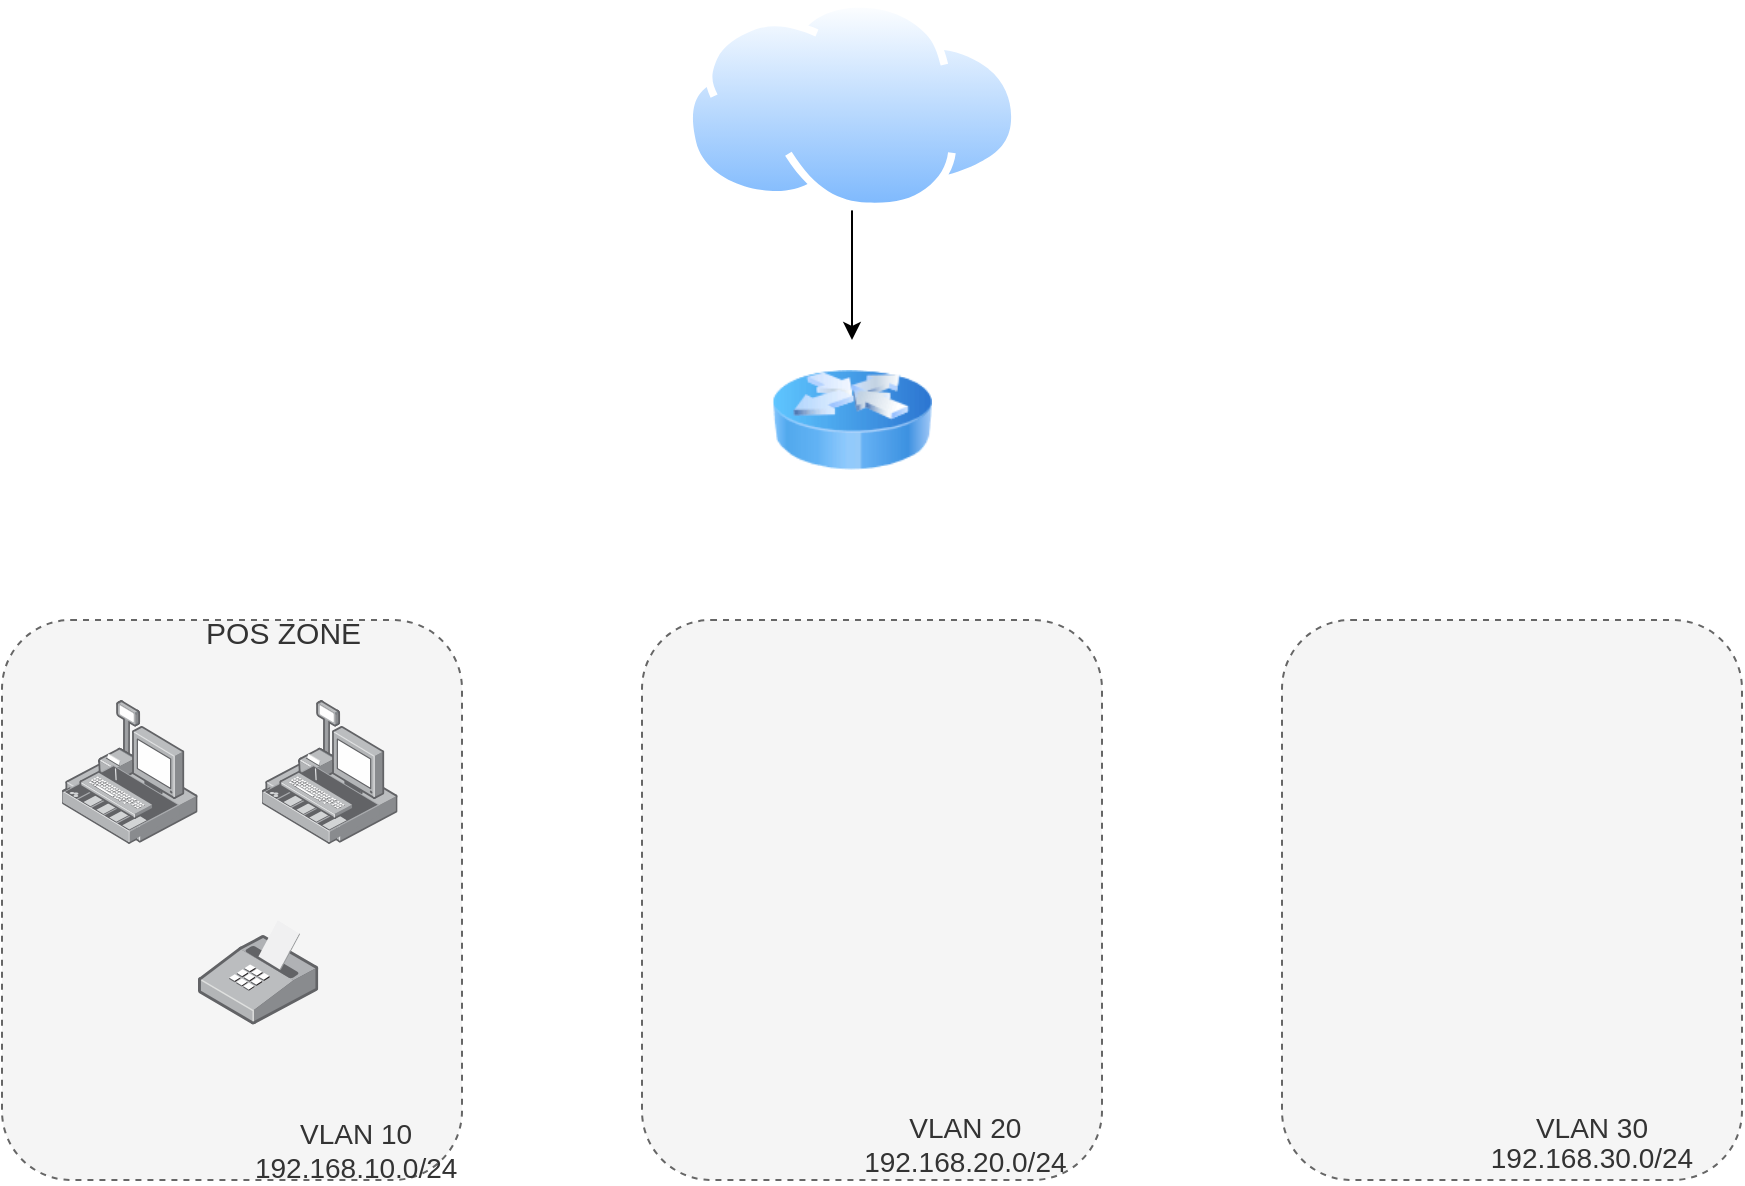
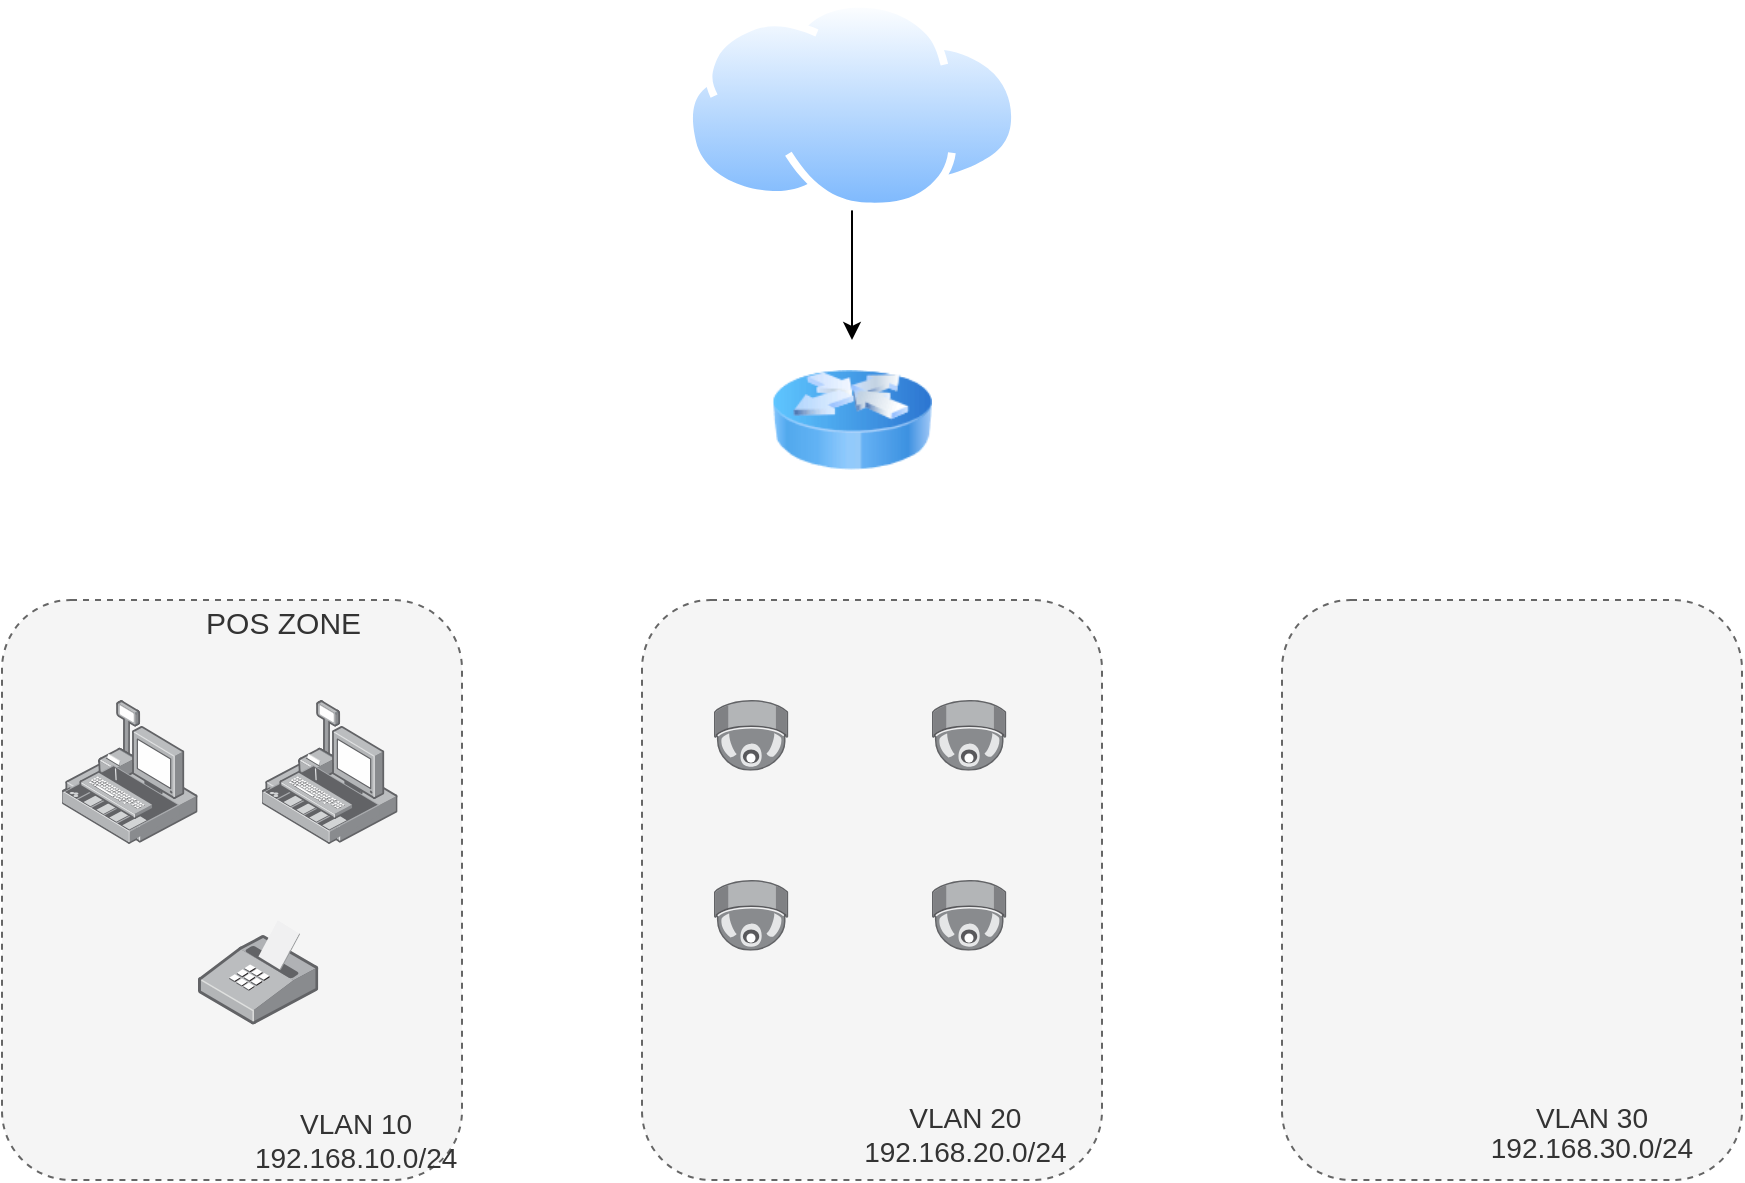
<mxfile host="app.diagrams.net">
  <diagram name="Trang-1" id="-QvKHvVX4tWdF-sznae-">
    <mxGraphModel dx="1012" dy="601" grid="1" gridSize="10" guides="1" tooltips="1" connect="1" arrows="1" fold="1" page="1" pageScale="1" pageWidth="827" pageHeight="1169" math="0" shadow="0">
      <root>
        <mxCell id="0" />
        <mxCell id="1" parent="0" />
        <mxCell id="tlgCcKQl9_W-pkazaHYF-1" parent="1" style="rounded=1;whiteSpace=wrap;html=1;dashed=1;fillColor=#f5f5f5;strokeColor=#666666;fontColor=#333333;align=left;" value="&lt;div&gt;&lt;font style=&quot;font-size: 15px;&quot;&gt;&lt;span style=&quot;white-space: pre;&quot;&gt;&#x9;&lt;/span&gt;&lt;span style=&quot;white-space: pre;&quot;&gt;&#x9;&lt;/span&gt;&lt;span style=&quot;white-space: pre;&quot;&gt;&#x9;&lt;/span&gt;POS ZONE&lt;br&gt;&lt;/font&gt;&lt;/div&gt;&lt;div&gt;&lt;font style=&quot;font-size: 14px;&quot;&gt;&lt;br&gt;&lt;/font&gt;&lt;/div&gt;&lt;div&gt;&lt;font style=&quot;font-size: 14px;&quot;&gt;&lt;br&gt;&lt;/font&gt;&lt;/div&gt;&lt;div style=&quot;text-align: center;&quot;&gt;&lt;font style=&quot;font-size: 14px;&quot;&gt;&lt;br&gt;&lt;/font&gt;&lt;/div&gt;&lt;div style=&quot;text-align: center;&quot;&gt;&lt;font style=&quot;font-size: 14px;&quot;&gt;&lt;br&gt;&lt;/font&gt;&lt;/div&gt;&lt;div style=&quot;text-align: center;&quot;&gt;&lt;font style=&quot;font-size: 14px;&quot;&gt;&lt;br&gt;&lt;/font&gt;&lt;/div&gt;&lt;div style=&quot;text-align: center;&quot;&gt;&lt;font style=&quot;font-size: 14px;&quot;&gt;&lt;br&gt;&lt;/font&gt;&lt;/div&gt;&lt;div style=&quot;text-align: center;&quot;&gt;&lt;font style=&quot;font-size: 14px;&quot;&gt;&lt;br&gt;&lt;/font&gt;&lt;/div&gt;&lt;div style=&quot;text-align: center;&quot;&gt;&lt;br&gt;&lt;/div&gt;&lt;div style=&quot;text-align: center;&quot;&gt;&lt;font style=&quot;font-size: 14px;&quot;&gt;&lt;br&gt;&lt;/font&gt;&lt;/div&gt;&lt;div style=&quot;text-align: center;&quot;&gt;&lt;font style=&quot;font-size: 14px;&quot;&gt;&lt;br&gt;&lt;/font&gt;&lt;/div&gt;&lt;div&gt;&lt;div style=&quot;text-align: center;&quot;&gt;&lt;span style=&quot;font-size: 14px; background-color: transparent; color: light-dark(rgb(51, 51, 51), rgb(193, 193, 193));&quot;&gt;&amp;nbsp; &amp;nbsp; &amp;nbsp; &amp;nbsp; &amp;nbsp; &amp;nbsp; &amp;nbsp; &amp;nbsp; &amp;nbsp; &amp;nbsp; &amp;nbsp; &amp;nbsp; &amp;nbsp; &amp;nbsp; &amp;nbsp; &amp;nbsp;&amp;nbsp;&lt;/span&gt;&lt;/div&gt;&lt;div style=&quot;text-align: center;&quot;&gt;&lt;span style=&quot;font-size: 14px; background-color: transparent; color: light-dark(rgb(51, 51, 51), rgb(193, 193, 193));&quot;&gt;&lt;br&gt;&lt;/span&gt;&lt;/div&gt;&lt;div style=&quot;text-align: center;&quot;&gt;&lt;span style=&quot;font-size: 14px; background-color: transparent; color: light-dark(rgb(51, 51, 51), rgb(193, 193, 193));&quot;&gt;&lt;br&gt;&lt;/span&gt;&lt;/div&gt;&lt;div style=&quot;text-align: center;&quot;&gt;&lt;span style=&quot;font-size: 14px; background-color: transparent; color: light-dark(rgb(51, 51, 51), rgb(193, 193, 193));&quot;&gt;&lt;br&gt;&lt;/span&gt;&lt;/div&gt;&lt;div style=&quot;text-align: center;&quot;&gt;&lt;span style=&quot;font-size: 14px; background-color: transparent; color: light-dark(rgb(51, 51, 51), rgb(193, 193, 193));&quot;&gt;&lt;span style=&quot;white-space: pre;&quot;&gt;&#x9;&lt;/span&gt;&lt;span style=&quot;white-space: pre;&quot;&gt;&#x9;&lt;/span&gt;&lt;span style=&quot;white-space: pre;&quot;&gt;&#x9;&lt;/span&gt;&lt;span style=&quot;white-space: pre;&quot;&gt;&#x9;&lt;/span&gt;VLAN 10&lt;/span&gt;&lt;/div&gt;&lt;div style=&quot;text-align: center;&quot;&gt;&lt;font style=&quot;font-size: 14px;&quot;&gt;&lt;span style=&quot;white-space: pre;&quot;&gt;&#x9;&lt;/span&gt;&lt;span style=&quot;white-space: pre;&quot;&gt;&#x9;&lt;/span&gt;&lt;span style=&quot;white-space: pre;&quot;&gt;&#x9;&lt;/span&gt;&lt;span style=&quot;white-space: pre;&quot;&gt;&#x9;&lt;/span&gt;192.168.10.0/24&lt;/font&gt;&lt;/div&gt;&lt;/div&gt;" vertex="1">
-           <mxGeometry height="280" width="230" x="20" y="320" as="geometry" />
+           <mxGeometry height="290" width="230" x="20" y="310" as="geometry" />
        </mxCell>
        <mxCell id="tlgCcKQl9_W-pkazaHYF-5" edge="1" parent="1" source="6glJgjmVUURO1JKE-K0C-2" style="edgeStyle=orthogonalEdgeStyle;rounded=0;orthogonalLoop=1;jettySize=auto;html=1;" target="tlgCcKQl9_W-pkazaHYF-2" value="">
          <mxGeometry relative="1" as="geometry" />
        </mxCell>
        <mxCell id="6glJgjmVUURO1JKE-K0C-2" parent="1" style="image;aspect=fixed;perimeter=ellipsePerimeter;html=1;align=center;shadow=0;dashed=0;spacingTop=3;image=img/lib/active_directory/internet_cloud.svg;" value="" vertex="1">
          <mxGeometry height="105.2" width="166.99" x="361.51" y="10" as="geometry" />
        </mxCell>
        <mxCell id="tlgCcKQl9_W-pkazaHYF-2" parent="1" style="image;html=1;image=img/lib/clip_art/networking/Router_Icon_128x128.png;labelBackgroundColor=#f8cecc;labelBorderColor=#b85450;" value="" vertex="1">
          <mxGeometry height="80" width="80" x="405" y="180" as="geometry" />
        </mxCell>
        <mxCell id="tlgCcKQl9_W-pkazaHYF-6" parent="1" style="rounded=1;whiteSpace=wrap;html=1;dashed=1;fillColor=#f5f5f5;strokeColor=#666666;fontColor=#333333;" value="&lt;div&gt;&lt;br&gt;&lt;/div&gt;&lt;div&gt;&lt;br&gt;&lt;/div&gt;&lt;div&gt;&lt;br&gt;&lt;/div&gt;&lt;div&gt;&lt;br&gt;&lt;/div&gt;&lt;div&gt;&lt;br&gt;&lt;/div&gt;&lt;div&gt;&lt;br&gt;&lt;/div&gt;&lt;div&gt;&lt;br&gt;&lt;/div&gt;&lt;div&gt;&lt;br&gt;&lt;/div&gt;&lt;div&gt;&lt;br&gt;&lt;/div&gt;&lt;div&gt;&lt;br&gt;&lt;/div&gt;&lt;div&gt;&lt;br&gt;&lt;/div&gt;&lt;div&gt;&lt;br&gt;&lt;/div&gt;&lt;div&gt;&lt;br&gt;&lt;/div&gt;&lt;div&gt;&lt;br&gt;&lt;/div&gt;&lt;div&gt;&lt;br&gt;&lt;/div&gt;&lt;div&gt;&lt;br&gt;&lt;/div&gt;&lt;div&gt;&lt;br&gt;&lt;/div&gt;&lt;div&gt;&lt;span style=&quot;font-size: 14px; background-color: transparent; color: light-dark(rgb(51, 51, 51), rgb(193, 193, 193));&quot;&gt;&lt;span style=&quot;white-space: pre;&quot;&gt;&#x9;&lt;/span&gt;&lt;span style=&quot;white-space: pre;&quot;&gt;&#x9;&lt;/span&gt;&lt;span style=&quot;white-space: pre;&quot;&gt;&#x9;&lt;/span&gt;VLAN 20&lt;/span&gt;&lt;/div&gt;&lt;div&gt;&lt;/div&gt;&lt;div&gt;&lt;font style=&quot;font-size: 14px;&quot;&gt;&lt;span style=&quot;white-space: pre;&quot;&gt;&#x9;&lt;/span&gt;&lt;span style=&quot;white-space: pre;&quot;&gt;&#x9;&lt;/span&gt;&lt;span style=&quot;white-space: pre;&quot;&gt;&#x9;&lt;/span&gt;192.168.20.0/24&lt;/font&gt;&lt;/div&gt;" vertex="1">
-           <mxGeometry height="280" width="230" x="340" y="320" as="geometry" />
+           <mxGeometry height="290" width="230" x="340" y="310" as="geometry" />
        </mxCell>
        <mxCell id="tlgCcKQl9_W-pkazaHYF-7" parent="1" style="rounded=1;whiteSpace=wrap;html=1;dashed=1;fillColor=#f5f5f5;strokeColor=#666666;fontColor=#333333;" value="&lt;blockquote style=&quot;margin: 0px 0px 0px 40px; border-width: medium; border-style: none; border-color: currentcolor; border-image: initial; padding: 0px; line-height: 110%;&quot;&gt;&lt;blockquote style=&quot;margin: 0px 0px 0px 40px; border-width: medium; border-style: none; border-color: currentcolor; border-image: initial; padding: 0px;&quot;&gt;&lt;font style=&quot;font-size: 14px;&quot;&gt;&lt;br&gt;&lt;/font&gt;&lt;/blockquote&gt;&lt;blockquote style=&quot;margin: 0px 0px 0px 40px; border-width: medium; border-style: none; border-color: currentcolor; border-image: initial; padding: 0px;&quot;&gt;&lt;font style=&quot;font-size: 14px;&quot;&gt;&lt;br&gt;&lt;/font&gt;&lt;/blockquote&gt;&lt;blockquote style=&quot;margin: 0px 0px 0px 40px; border-width: medium; border-style: none; border-color: currentcolor; border-image: initial; padding: 0px;&quot;&gt;&lt;font style=&quot;font-size: 14px;&quot;&gt;&lt;br&gt;&lt;/font&gt;&lt;/blockquote&gt;&lt;blockquote style=&quot;margin: 0px 0px 0px 40px; border-width: medium; border-style: none; border-color: currentcolor; border-image: initial; padding: 0px;&quot;&gt;&lt;font style=&quot;font-size: 14px;&quot;&gt;&lt;br&gt;&lt;/font&gt;&lt;/blockquote&gt;&lt;blockquote style=&quot;margin: 0px 0px 0px 40px; border-width: medium; border-style: none; border-color: currentcolor; border-image: initial; padding: 0px;&quot;&gt;&lt;font style=&quot;font-size: 14px;&quot;&gt;&lt;br&gt;&lt;/font&gt;&lt;/blockquote&gt;&lt;blockquote style=&quot;margin: 0px 0px 0px 40px; border-width: medium; border-style: none; border-color: currentcolor; border-image: initial; padding: 0px;&quot;&gt;&lt;font style=&quot;font-size: 14px;&quot;&gt;&lt;br&gt;&lt;/font&gt;&lt;/blockquote&gt;&lt;blockquote style=&quot;margin: 0px 0px 0px 40px; border-width: medium; border-style: none; border-color: currentcolor; border-image: initial; padding: 0px;&quot;&gt;&lt;font style=&quot;font-size: 14px;&quot;&gt;&lt;br&gt;&lt;/font&gt;&lt;/blockquote&gt;&lt;blockquote style=&quot;margin: 0px 0px 0px 40px; border-width: medium; border-style: none; border-color: currentcolor; border-image: initial; padding: 0px;&quot;&gt;&lt;font style=&quot;font-size: 14px;&quot;&gt;&lt;br&gt;&lt;/font&gt;&lt;/blockquote&gt;&lt;blockquote style=&quot;margin: 0px 0px 0px 40px; border-width: medium; border-style: none; border-color: currentcolor; border-image: initial; padding: 0px;&quot;&gt;&lt;font style=&quot;font-size: 14px;&quot;&gt;&lt;br&gt;&lt;/font&gt;&lt;/blockquote&gt;&lt;blockquote style=&quot;margin: 0px 0px 0px 40px; border-width: medium; border-style: none; border-color: currentcolor; border-image: initial; padding: 0px;&quot;&gt;&lt;font style=&quot;font-size: 14px;&quot;&gt;&lt;br&gt;&lt;/font&gt;&lt;/blockquote&gt;&lt;blockquote style=&quot;margin: 0px 0px 0px 40px; border-width: medium; border-style: none; border-color: currentcolor; border-image: initial; padding: 0px;&quot;&gt;&lt;font style=&quot;font-size: 14px;&quot;&gt;&lt;br&gt;&lt;/font&gt;&lt;/blockquote&gt;&lt;blockquote style=&quot;margin: 0px 0px 0px 40px; border-width: medium; border-style: none; border-color: currentcolor; border-image: initial; padding: 0px;&quot;&gt;&lt;font style=&quot;font-size: 14px;&quot;&gt;&lt;br&gt;&lt;/font&gt;&lt;/blockquote&gt;&lt;blockquote style=&quot;margin: 0px 0px 0px 40px; border-width: medium; border-style: none; border-color: currentcolor; border-image: initial; padding: 0px;&quot;&gt;&lt;font style=&quot;font-size: 14px;&quot;&gt;&lt;br&gt;&lt;/font&gt;&lt;/blockquote&gt;&lt;blockquote style=&quot;margin: 0px 0px 0px 40px; border-width: medium; border-style: none; border-color: currentcolor; border-image: initial; padding: 0px;&quot;&gt;&lt;font style=&quot;font-size: 14px;&quot;&gt;&lt;br&gt;&lt;/font&gt;&lt;/blockquote&gt;&lt;blockquote style=&quot;margin: 0px 0px 0px 40px; border-width: medium; border-style: none; border-color: currentcolor; border-image: initial; padding: 0px;&quot;&gt;&lt;span style=&quot;font-size: 14px; background-color: transparent; color: light-dark(rgb(51, 51, 51), rgb(193, 193, 193));&quot;&gt;&lt;br&gt;&lt;/span&gt;&lt;/blockquote&gt;&lt;blockquote style=&quot;margin: 0px 0px 0px 40px; border-width: medium; border-style: none; border-color: currentcolor; border-image: initial; padding: 0px;&quot;&gt;&lt;span style=&quot;font-size: 14px; background-color: transparent; color: light-dark(rgb(51, 51, 51), rgb(193, 193, 193)); line-height: 110%;&quot;&gt;&lt;br&gt;&lt;/span&gt;&lt;/blockquote&gt;&lt;blockquote style=&quot;margin: 0px 0px 0px 40px; border-width: medium; border-style: none; border-color: currentcolor; border-image: initial; padding: 0px;&quot;&gt;&lt;span style=&quot;font-size: 14px; background-color: transparent; color: light-dark(rgb(51, 51, 51), rgb(193, 193, 193)); line-height: 110%;&quot;&gt;&lt;br&gt;&lt;/span&gt;&lt;/blockquote&gt;&lt;blockquote style=&quot;margin: 0px 0px 0px 40px; border-width: medium; border-style: none; border-color: currentcolor; border-image: initial; padding: 0px;&quot;&gt;&lt;span style=&quot;font-size: 14px; background-color: transparent; color: light-dark(rgb(51, 51, 51), rgb(193, 193, 193)); line-height: 110%;&quot;&gt;VLAN 30&lt;/span&gt;&lt;/blockquote&gt;&lt;blockquote style=&quot;margin: 0px 0px 0px 40px; border-width: medium; border-style: none; border-color: currentcolor; border-image: initial; padding: 0px;&quot;&gt;&lt;div&gt;&lt;font style=&quot;font-size: 14px; line-height: 110%;&quot;&gt;192.168.30.0/24&lt;/font&gt;&lt;/div&gt;&lt;/blockquote&gt;&lt;/blockquote&gt;" vertex="1">
-           <mxGeometry height="280" width="230" x="660" y="320" as="geometry" />
+           <mxGeometry height="290" width="230" x="660" y="310" as="geometry" />
        </mxCell>
        <mxCell id="tlgCcKQl9_W-pkazaHYF-8" parent="1" style="image;points=[];aspect=fixed;html=1;align=center;shadow=0;dashed=0;image=img/lib/allied_telesis/security/POS.svg;" value="" vertex="1">
          <mxGeometry height="72" width="67.8" x="50" y="360" as="geometry" />
        </mxCell>
        <mxCell id="tlgCcKQl9_W-pkazaHYF-9" parent="1" style="image;points=[];aspect=fixed;html=1;align=center;shadow=0;dashed=0;image=img/lib/allied_telesis/security/POS.svg;" value="" vertex="1">
          <mxGeometry height="72" width="67.8" x="150" y="360" as="geometry" />
        </mxCell>
        <mxCell id="tlgCcKQl9_W-pkazaHYF-10" parent="1" style="image;points=[];aspect=fixed;html=1;align=center;shadow=0;dashed=0;image=img/lib/allied_telesis/computer_and_terminals/POS_Printer.svg;direction=east;" value="" vertex="1">
          <mxGeometry height="52.4" width="60.16" x="118" y="470" as="geometry" />
        </mxCell>
+         <mxCell id="tlgCcKQl9_W-pkazaHYF-11" parent="1" style="image;points=[];aspect=fixed;html=1;align=center;shadow=0;dashed=0;image=img/lib/allied_telesis/security/Surveillance_Camera_Ceiling.svg;" value="" vertex="1">
+           <mxGeometry height="35.4" width="37.2" x="376" y="360" as="geometry" />
+         </mxCell>
+         <mxCell id="tlgCcKQl9_W-pkazaHYF-12" parent="1" style="image;points=[];aspect=fixed;html=1;align=center;shadow=0;dashed=0;image=img/lib/allied_telesis/security/Surveillance_Camera_Ceiling.svg;" value="" vertex="1">
+           <mxGeometry height="35.4" width="37.2" x="376" y="450" as="geometry" />
+         </mxCell>
+         <mxCell id="tlgCcKQl9_W-pkazaHYF-14" parent="1" style="image;points=[];aspect=fixed;html=1;align=center;shadow=0;dashed=0;image=img/lib/allied_telesis/security/Surveillance_Camera_Ceiling.svg;" value="" vertex="1">
+           <mxGeometry height="35.4" width="37.2" x="485" y="360" as="geometry" />
+         </mxCell>
+         <mxCell id="tlgCcKQl9_W-pkazaHYF-16" parent="1" style="image;points=[];aspect=fixed;html=1;align=center;shadow=0;dashed=0;image=img/lib/allied_telesis/security/Surveillance_Camera_Ceiling.svg;" value="" vertex="1">
+           <mxGeometry height="35.4" width="37.2" x="485" y="450" as="geometry" />
+         </mxCell>
      </root>
    </mxGraphModel>
  </diagram>
</mxfile>
